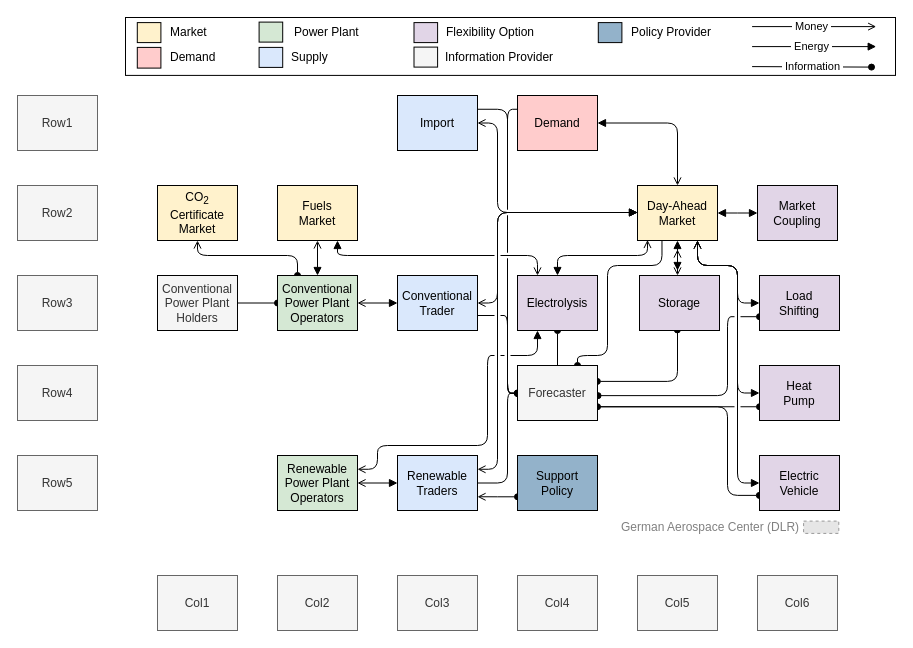
The draw.io diagram page "Full" (1 of 9) of docs/uploads/AMIRIS_Model_v4.1.drawio in dlr-ve-esy/amiris, before the edit. Source tidied: cells renumbered, new cells numbered last; positions are measured from the earlier drawing's top-left corner, leaving out a move shared by most shapes. Both pictures are drawn from the tidied source at 100%, with x=0, y=0 at pixel (17, 17). Pictures stored in the file or linked from it are replaced by grey dashed boxes.
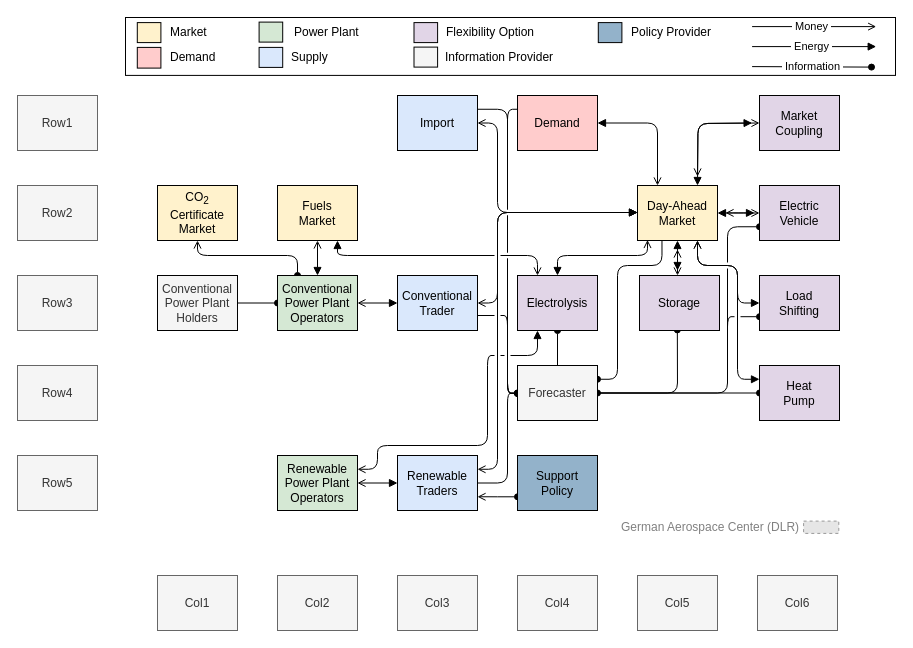
Above is the later version.

Commit message (it also covers changes not shown here):
:memo:(docs) update model schema

The change refers to these unchanged cells:
```xml
<mxCell id="5" value="Demand" style="rounded=0;whiteSpace=wrap;html=1;align=center;fillColor=#FFCCCC;strokeColor=#000000;strokeWidth=1;gradientColor=none;" parent="1" vertex="1">
  <mxGeometry x="500" y="78" width="80" height="55" as="geometry" />
</mxCell>
<mxCell id="52" value="Storage" style="rounded=0;whiteSpace=wrap;html=1;align=center;fillColor=#e1d5e7;strokeWidth=1;fillStyle=solid;shadow=0;glass=0;strokeColor=#000000;" parent="1" vertex="1">
  <mxGeometry x="622" y="258" width="80" height="55" as="geometry" />
</mxCell>
<mxCell id="53" value="Heat&lt;br&gt;Pump" style="rounded=0;whiteSpace=wrap;html=1;align=center;fillColor=#e1d5e7;strokeWidth=1;fillStyle=solid;shadow=0;glass=0;strokeColor=#000000;" parent="1" vertex="1">
  <mxGeometry x="742" y="348" width="80" height="55" as="geometry" />
</mxCell>
<mxCell id="84" value="Forecaster" style="rounded=0;whiteSpace=wrap;html=1;align=center;fillColor=#f5f5f5;strokeColor=#000000;fontColor=#333333;strokeWidth=1;" parent="1" vertex="1">
  <mxGeometry x="500" y="348" width="80" height="55" as="geometry" />
</mxCell>
<mxCell id="85" value="Day-Ahead Market" style="rounded=0;whiteSpace=wrap;html=1;align=center;strokeColor=#000000;fontColor=#000000;strokeWidth=1;fillColor=#FFF2CC;" parent="1" vertex="1">
  <mxGeometry x="620" y="168" width="80" height="55" as="geometry" />
</mxCell>
```

What changed in the source:
```diff
@@
-    <mxCell id="2" style="edgeStyle=orthogonalEdgeStyle;rounded=1;jettySize=auto;html=1;startArrow=open;startFill=0;endArrow=block;endFill=1;jumpStyle=gap;exitX=0.75;exitY=1;exitDx=0;exitDy=0;entryX=0;entryY=0.5;entryDx=0;entryDy=0;" parent="1" edge="1" source="85" target="86">
-      <mxGeometry relative="1" as="geometry">
-        <Array as="points">
-          <mxPoint x="680" y="248" />
-          <mxPoint x="720" y="248" />
-          <mxPoint x="720" y="466" />
-        </Array>
-      </mxGeometry>
-    </mxCell>
@@
-    <mxCell id="4" style="edgeStyle=orthogonalEdgeStyle;rounded=1;jettySize=auto;html=1;startArrow=none;startFill=0;endArrow=oval;endFill=1;jumpStyle=gap;entryX=0;entryY=0.75;entryDx=0;entryDy=0;curved=0;exitX=1;exitY=0.75;exitDx=0;exitDy=0;" parent="1" edge="1" source="84" target="53">
-      <mxGeometry relative="1" as="geometry" />
+    <mxCell id="4" style="edgeStyle=orthogonalEdgeStyle;rounded=1;jettySize=auto;html=1;startArrow=oval;startFill=1;endArrow=oval;endFill=1;jumpStyle=gap;entryX=0;entryY=0.5;entryDx=0;entryDy=0;curved=0;exitX=1;exitY=0.5;exitDx=0;exitDy=0;" parent="1" edge="1" source="84" target="53">
+      <mxGeometry relative="1" as="geometry">
+        <Array as="points">
+          <mxPoint x="710" y="376" />
+          <mxPoint x="742" y="376" />
+        </Array>
+      </mxGeometry>
     </mxCell>
@@
-    <mxCell id="29" style="edgeStyle=orthogonalEdgeStyle;rounded=1;jettySize=auto;html=1;startArrow=open;startFill=0;endArrow=block;endFill=1;entryX=1;entryY=0.5;entryDx=0;entryDy=0;" parent="1" edge="1" source="85" target="5">
+    <mxCell id="29" style="edgeStyle=orthogonalEdgeStyle;rounded=1;jettySize=auto;html=1;startArrow=open;startFill=0;endArrow=block;endFill=1;entryX=1;entryY=0.5;entryDx=0;entryDy=0;exitX=0.25;exitY=0;exitDx=0;exitDy=0;" parent="1" edge="1" source="85" target="5">
       <mxGeometry relative="1" as="geometry">
         <Array as="points">
-          <mxPoint x="660" y="106" />
+          <mxPoint x="640" y="105" />
         </Array>
       </mxGeometry>
     </mxCell>
@@
-    <mxCell id="33" style="edgeStyle=orthogonalEdgeStyle;rounded=0;jettySize=auto;html=1;startArrow=block;startFill=1;endArrow=block;endFill=1;" parent="1" edge="1" source="34" target="85">
+    <mxCell id="33" style="edgeStyle=orthogonalEdgeStyle;rounded=1;orthogonalLoop=1;jettySize=auto;html=1;startArrow=open;startFill=0;endArrow=block;endFill=1;curved=0;entryX=0.75;entryY=0;entryDx=0;entryDy=0;" parent="1" edge="1">
       <mxGeometry relative="1" as="geometry">
-        <Array as="points">
-          <mxPoint x="720" y="195" />
-          <mxPoint x="720" y="195" />
-        </Array>
+        <mxPoint x="742" y="105.5" as="sourcePoint" />
+        <mxPoint x="680" y="168" as="targetPoint" />
       </mxGeometry>
     </mxCell>
     <mxCell id="34" value="Market Coupling" style="rounded=0;whiteSpace=wrap;html=1;align=center;fillColor=#e1d5e7;strokeWidth=1;gradientDirection=south;fillStyle=solid;shadow=0;glass=0;strokeColor=#000000;" parent="1" vertex="1">
-      <mxGeometry x="740" y="168" width="80" height="55" as="geometry" />
+      <mxGeometry x="742" y="78" width="80" height="55" as="geometry" />
     </mxCell>
@@
-    <mxCell id="46" style="edgeStyle=orthogonalEdgeStyle;rounded=1;jettySize=auto;html=1;startArrow=open;startFill=0;endArrow=block;endFill=1;jumpStyle=arc;entryX=0;entryY=0.5;entryDx=0;entryDy=0;exitX=0.75;exitY=1;exitDx=0;exitDy=0;" parent="1" edge="1" source="85" target="53">
+    <mxCell id="46" style="edgeStyle=orthogonalEdgeStyle;rounded=1;jettySize=auto;html=1;startArrow=open;startFill=0;endArrow=block;endFill=1;jumpStyle=arc;entryX=0;entryY=0.25;entryDx=0;entryDy=0;exitX=0.75;exitY=1;exitDx=0;exitDy=0;" parent="1" edge="1" source="85" target="53">
       <mxGeometry relative="1" as="geometry">
         <Array as="points">
           <mxPoint x="680" y="248" />
           <mxPoint x="720" y="248" />
-          <mxPoint x="720" y="376" />
+          <mxPoint x="720" y="362" />
+          <mxPoint x="742" y="362" />
         </Array>
       </mxGeometry>
     </mxCell>
@@
-    <mxCell id="49" style="edgeStyle=orthogonalEdgeStyle;rounded=1;jettySize=auto;html=1;startArrow=oval;startFill=1;endArrow=oval;endFill=1;jumpStyle=gap;entryX=0;entryY=0.75;entryDx=0;entryDy=0;curved=0;exitX=1.007;exitY=0.548;exitDx=0;exitDy=0;exitPerimeter=0;" parent="1" edge="1" source="84">
+    <mxCell id="49" style="edgeStyle=orthogonalEdgeStyle;rounded=1;jettySize=auto;html=1;startArrow=none;startFill=0;endArrow=oval;endFill=1;jumpStyle=gap;entryX=0;entryY=0.75;entryDx=0;entryDy=0;curved=0;exitX=1;exitY=0.5;exitDx=0;exitDy=0;" parent="1" edge="1" source="84">
       <mxGeometry relative="1" as="geometry">
         <mxPoint x="742" y="299.2" as="targetPoint" />
         <Array as="points">
-          <mxPoint x="710" y="378" />
+          <mxPoint x="710" y="376" />
           <mxPoint x="710" y="299" />
         </Array>
       </mxGeometry>
     </mxCell>
@@
-    <mxCell id="51" style="edgeStyle=orthogonalEdgeStyle;rounded=1;jettySize=auto;html=1;startArrow=oval;startFill=1;endArrow=oval;endFill=1;jumpStyle=arc;curved=0;entryX=0.473;entryY=0.989;entryDx=0;entryDy=0;exitX=0.998;exitY=0.289;exitDx=0;exitDy=0;exitPerimeter=0;entryPerimeter=0;" parent="1" edge="1" source="84" target="52">
+    <mxCell id="51" style="edgeStyle=orthogonalEdgeStyle;rounded=1;jettySize=auto;html=1;startArrow=none;startFill=0;endArrow=oval;endFill=1;jumpStyle=arc;curved=0;entryX=0.473;entryY=0.989;entryDx=0;entryDy=0;exitX=1;exitY=0.5;exitDx=0;exitDy=0;entryPerimeter=0;" parent="1" edge="1" source="84" target="52">
       <mxGeometry relative="1" as="geometry">
         <Array as="points">
+          <mxPoint x="660" y="375" />
           <mxPoint x="660" y="364" />
-          <mxPoint x="660" y="298" />
         </Array>
       </mxGeometry>
     </mxCell>
@@
-    <mxCell id="81" style="edgeStyle=orthogonalEdgeStyle;rounded=1;jettySize=auto;html=1;startArrow=oval;startFill=1;endArrow=oval;endFill=1;jumpStyle=arc;curved=0;exitX=1;exitY=0.75;exitDx=0;exitDy=0;entryX=-0.002;entryY=0.725;entryDx=0;entryDy=0;entryPerimeter=0;" parent="1" edge="1" source="84" target="86">
-      <mxGeometry relative="1" as="geometry">
-        <Array as="points">
-          <mxPoint x="710" y="389" />
-          <mxPoint x="710" y="478" />
-        </Array>
-      </mxGeometry>
-    </mxCell>
@@
-    <mxCell id="83" style="edgeStyle=orthogonalEdgeStyle;rounded=1;jettySize=auto;html=1;startArrow=oval;startFill=1;endArrow=none;endFill=0;jumpStyle=arc;curved=0;entryX=0.306;entryY=1.003;entryDx=0;entryDy=0;exitX=0.998;exitY=0.289;exitDx=0;exitDy=0;exitPerimeter=0;entryPerimeter=0;" parent="1" edge="1" target="85">
+    <mxCell id="83" style="edgeStyle=orthogonalEdgeStyle;rounded=1;jettySize=auto;html=1;startArrow=oval;startFill=1;endArrow=none;endFill=0;jumpStyle=arc;curved=0;entryX=0.306;entryY=1.003;entryDx=0;entryDy=0;exitX=1;exitY=0.25;exitDx=0;exitDy=0;entryPerimeter=0;" parent="1" edge="1" source="84" target="85">
       <mxGeometry relative="1" as="geometry">
-        <mxPoint x="560" y="348" as="sourcePoint" />
         <Array as="points">
-          <mxPoint x="560" y="338" />
-          <mxPoint x="590" y="338" />
-          <mxPoint x="590" y="248" />
+          <mxPoint x="600" y="362" />
+          <mxPoint x="600" y="248" />
           <mxPoint x="645" y="248" />
         </Array>
       </mxGeometry>
     </mxCell>
@@
-    <mxCell id="86" value="Electric&lt;br&gt;Vehicle" style="rounded=0;whiteSpace=wrap;html=1;align=center;fillColor=#e1d5e7;strokeWidth=1;fillStyle=solid;shadow=0;glass=0;strokeColor=#000000;" parent="1" vertex="1">
-      <mxGeometry x="742" y="438" width="80" height="55" as="geometry" />
-    </mxCell>
@@
+    <mxCell id="2" style="edgeStyle=orthogonalEdgeStyle;rounded=1;jettySize=auto;html=1;startArrow=block;startFill=1;endArrow=open;endFill=0;jumpStyle=arc;exitX=1;exitY=0.5;exitDx=0;exitDy=0;curved=1;entryX=0;entryY=0.5;entryDx=0;entryDy=0;sourcePerimeterSpacing=0;arcSize=20;" parent="1" edge="1" source="85" target="86">
+      <mxGeometry relative="1" as="geometry" />
+    </mxCell>
+    <mxCell id="89" style="edgeStyle=orthogonalEdgeStyle;rounded=1;orthogonalLoop=1;jettySize=auto;html=1;startArrow=open;startFill=0;endArrow=block;endFill=1;jumpStyle=arc;exitX=1;exitY=0.5;exitDx=0;exitDy=0;curved=1;entryX=0;entryY=0.5;entryDx=0;entryDy=0;" parent="1" edge="1">
+      <mxGeometry relative="1" as="geometry">
+        <mxPoint x="708" y="195.4" as="sourcePoint" />
+        <mxPoint x="737" y="195.4" as="targetPoint" />
+      </mxGeometry>
+    </mxCell>
+    <mxCell id="90" style="edgeStyle=orthogonalEdgeStyle;rounded=1;jettySize=auto;html=1;startArrow=none;startFill=0;endArrow=oval;endFill=1;jumpStyle=gap;entryX=0;entryY=0.75;entryDx=0;entryDy=0;curved=0;" parent="1" edge="1" target="86">
+      <mxGeometry relative="1" as="geometry">
+        <mxPoint x="710" y="348" as="sourcePoint" />
+        <Array as="points">
+          <mxPoint x="710" y="209" />
+        </Array>
+      </mxGeometry>
+    </mxCell>
+    <mxCell id="91" style="edgeStyle=orthogonalEdgeStyle;rounded=1;orthogonalLoop=1;jettySize=auto;html=1;startArrow=block;startFill=1;endArrow=open;endFill=0;curved=0;entryX=0.75;entryY=0;entryDx=0;entryDy=0;" parent="1" edge="1">
+      <mxGeometry relative="1" as="geometry">
+        <mxPoint x="734.6" y="105.5" as="sourcePoint" />
+        <mxPoint x="680" y="159" as="targetPoint" />
+      </mxGeometry>
+    </mxCell>
+    <mxCell id="86" value="Electric&lt;br&gt;Vehicle" style="rounded=0;whiteSpace=wrap;html=1;align=center;fillColor=#e1d5e7;strokeWidth=1;fillStyle=solid;shadow=0;glass=0;strokeColor=#000000;" parent="1" vertex="1">
+      <mxGeometry x="742" y="168" width="80" height="55" as="geometry" />
+    </mxCell>
```
